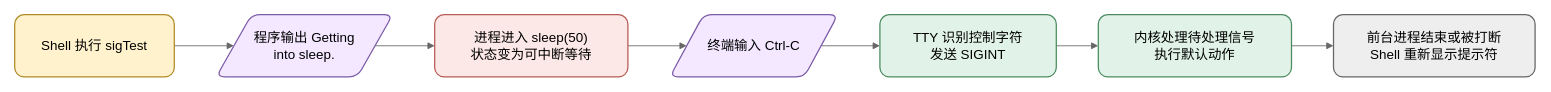
greatbridf/Thesis keeps this draw.io diagram as figures/test-sigint-flow.drawio. Above is the earlier version. Source tidied: cells renumbered, new cells numbered last; positions are measured from the earlier drawing's top-left corner, leaving out a move shared by most shapes. Both pictures are drawn from the tidied source at 84%, with x=0, y=0 at pixel (14, 14).
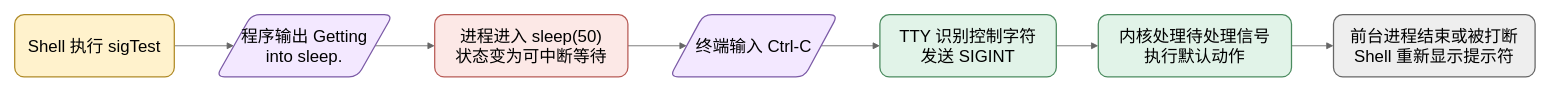
Above is the later version.

Change to the diagram source:
```diff
@@
 <mxGraphModel>
   <root>
     <mxCell id="0" />
     <mxCell id="1" parent="0" />
-    <mxCell id="2" style="edgeStyle=orthogonalEdgeStyle;rounded=1;html=1;fontFamily=Helvetica;fontSize=14;strokeColor=#666666;endArrow=block;endFill=1;exitX=1;exitY=0.5;entryX=0;entryY=0.5;" parent="1" edge="1" source="8" target="9">
+    <mxCell id="2" style="edgeStyle=orthogonalEdgeStyle;rounded=1;html=1;fontFamily=Helvetica;fontSize=18;strokeColor=#666666;endArrow=block;endFill=1;exitX=1;exitY=0.5;entryX=0;entryY=0.5;" parent="1" edge="1" source="8" target="9">
       <mxGeometry relative="1" as="geometry" />
     </mxCell>
-    <mxCell id="3" style="edgeStyle=orthogonalEdgeStyle;rounded=1;html=1;fontFamily=Helvetica;fontSize=14;strokeColor=#666666;endArrow=block;endFill=1;exitX=1;exitY=0.5;entryX=0;entryY=0.5;" parent="1" edge="1" source="9" target="10">
+    <mxCell id="3" style="edgeStyle=orthogonalEdgeStyle;rounded=1;html=1;fontFamily=Helvetica;fontSize=18;strokeColor=#666666;endArrow=block;endFill=1;exitX=1;exitY=0.5;entryX=0;entryY=0.5;" parent="1" edge="1" source="9" target="10">
       <mxGeometry relative="1" as="geometry" />
     </mxCell>
-    <mxCell id="4" style="edgeStyle=orthogonalEdgeStyle;rounded=1;html=1;fontFamily=Helvetica;fontSize=14;strokeColor=#666666;endArrow=block;endFill=1;exitX=1;exitY=0.5;entryX=0;entryY=0.5;" parent="1" edge="1" source="10" target="11">
+    <mxCell id="4" style="edgeStyle=orthogonalEdgeStyle;rounded=1;html=1;fontFamily=Helvetica;fontSize=18;strokeColor=#666666;endArrow=block;endFill=1;exitX=1;exitY=0.5;entryX=0;entryY=0.5;" parent="1" edge="1" source="10" target="11">
       <mxGeometry relative="1" as="geometry" />
     </mxCell>
-    <mxCell id="5" style="edgeStyle=orthogonalEdgeStyle;rounded=1;html=1;fontFamily=Helvetica;fontSize=14;strokeColor=#666666;endArrow=block;endFill=1;exitX=1;exitY=0.5;entryX=0;entryY=0.5;" parent="1" edge="1" source="11" target="12">
+    <mxCell id="5" style="edgeStyle=orthogonalEdgeStyle;rounded=1;html=1;fontFamily=Helvetica;fontSize=18;strokeColor=#666666;endArrow=block;endFill=1;exitX=1;exitY=0.5;entryX=0;entryY=0.5;" parent="1" edge="1" source="11" target="12">
       <mxGeometry relative="1" as="geometry" />
     </mxCell>
-    <mxCell id="6" style="edgeStyle=orthogonalEdgeStyle;rounded=1;html=1;fontFamily=Helvetica;fontSize=14;strokeColor=#666666;endArrow=block;endFill=1;exitX=1;exitY=0.5;entryX=0;entryY=0.5;" parent="1" edge="1" source="12" target="13">
+    <mxCell id="6" style="edgeStyle=orthogonalEdgeStyle;rounded=1;html=1;fontFamily=Helvetica;fontSize=18;strokeColor=#666666;endArrow=block;endFill=1;exitX=1;exitY=0.5;entryX=0;entryY=0.5;" parent="1" edge="1" source="12" target="13">
       <mxGeometry relative="1" as="geometry" />
     </mxCell>
-    <mxCell id="7" style="edgeStyle=orthogonalEdgeStyle;rounded=1;html=1;fontFamily=Helvetica;fontSize=14;strokeColor=#666666;endArrow=block;endFill=1;exitX=1;exitY=0.5;entryX=0;entryY=0.5;" parent="1" edge="1" source="13" target="14">
+    <mxCell id="7" style="edgeStyle=orthogonalEdgeStyle;rounded=1;html=1;fontFamily=Helvetica;fontSize=18;strokeColor=#666666;endArrow=block;endFill=1;exitX=1;exitY=0.5;entryX=0;entryY=0.5;" parent="1" edge="1" source="13" target="14">
       <mxGeometry relative="1" as="geometry" />
     </mxCell>
-    <mxCell id="8" value="Shell 执行 sigTest" style="rounded=1;whiteSpace=wrap;html=1;fontFamily=Helvetica;fontSize=16;strokeWidth=1.5;fillColor=#fff2cc;strokeColor=#b08b27;" parent="1" vertex="1">
+    <mxCell id="8" value="Shell 执行 sigTest" style="rounded=1;whiteSpace=wrap;html=1;fontFamily=Helvetica;fontSize=20;strokeWidth=1.5;fillColor=#fff2cc;strokeColor=#b08b27;" parent="1" vertex="1">
       <mxGeometry width="190" height="74" as="geometry" />
     </mxCell>
-    <mxCell id="9" value="程序输出 Getting&lt;br&gt;into sleep." style="rounded=1;whiteSpace=wrap;html=1;fontFamily=Helvetica;fontSize=16;strokeWidth=1.5;shape=parallelogram;perimeter=parallelogramPerimeter;fillColor=#f3e8ff;strokeColor=#7b5aa6;" parent="1" vertex="1">
+    <mxCell id="9" value="程序输出 Getting&lt;br&gt;into sleep." style="rounded=1;whiteSpace=wrap;html=1;fontFamily=Helvetica;fontSize=20;strokeWidth=1.5;shape=parallelogram;perimeter=parallelogramPerimeter;fillColor=#f3e8ff;strokeColor=#7b5aa6;" parent="1" vertex="1">
       <mxGeometry x="240" width="210" height="74" as="geometry" />
     </mxCell>
-    <mxCell id="10" value="进程进入 sleep(50)&lt;br&gt;状态变为可中断等待" style="rounded=1;whiteSpace=wrap;html=1;fontFamily=Helvetica;fontSize=16;strokeWidth=1.5;fillColor=#fce8e6;strokeColor=#b85b56;" parent="1" vertex="1">
+    <mxCell id="10" value="进程进入 sleep(50)&lt;br&gt;状态变为可中断等待" style="rounded=1;whiteSpace=wrap;html=1;fontFamily=Helvetica;fontSize=20;strokeWidth=1.5;fillColor=#fce8e6;strokeColor=#b85b56;" parent="1" vertex="1">
       <mxGeometry x="500" width="230" height="74" as="geometry" />
     </mxCell>
-    <mxCell id="11" value="终端输入 Ctrl-C" style="rounded=1;whiteSpace=wrap;html=1;fontFamily=Helvetica;fontSize=16;strokeWidth=1.5;shape=parallelogram;perimeter=parallelogramPerimeter;fillColor=#f3e8ff;strokeColor=#7b5aa6;" parent="1" vertex="1">
+    <mxCell id="11" value="终端输入 Ctrl-C" style="rounded=1;whiteSpace=wrap;html=1;fontFamily=Helvetica;fontSize=20;strokeWidth=1.5;shape=parallelogram;perimeter=parallelogramPerimeter;fillColor=#f3e8ff;strokeColor=#7b5aa6;" parent="1" vertex="1">
       <mxGeometry x="780" width="200" height="74" as="geometry" />
     </mxCell>
-    <mxCell id="12" value="TTY 识别控制字符&lt;br&gt;发送 SIGINT" style="rounded=1;whiteSpace=wrap;html=1;fontFamily=Helvetica;fontSize=16;strokeWidth=1.5;fillColor=#e1f3e8;strokeColor=#4b8b5f;" parent="1" vertex="1">
+    <mxCell id="12" value="TTY 识别控制字符&lt;br&gt;发送 SIGINT" style="rounded=1;whiteSpace=wrap;html=1;fontFamily=Helvetica;fontSize=20;strokeWidth=1.5;fillColor=#e1f3e8;strokeColor=#4b8b5f;" parent="1" vertex="1">
       <mxGeometry x="1030" width="210" height="74" as="geometry" />
     </mxCell>
-    <mxCell id="13" value="内核处理待处理信号&lt;br&gt;执行默认动作" style="rounded=1;whiteSpace=wrap;html=1;fontFamily=Helvetica;fontSize=16;strokeWidth=1.5;fillColor=#e1f3e8;strokeColor=#4b8b5f;" parent="1" vertex="1">
+    <mxCell id="13" value="内核处理待处理信号&lt;br&gt;执行默认动作" style="rounded=1;whiteSpace=wrap;html=1;fontFamily=Helvetica;fontSize=20;strokeWidth=1.5;fillColor=#e1f3e8;strokeColor=#4b8b5f;" parent="1" vertex="1">
       <mxGeometry x="1290" width="230" height="74" as="geometry" />
     </mxCell>
-    <mxCell id="14" value="前台进程结束或被打断&lt;br&gt;Shell 重新显示提示符" style="rounded=1;whiteSpace=wrap;html=1;fontFamily=Helvetica;fontSize=16;strokeWidth=1.5;fillColor=#eeeeee;strokeColor=#666666;" parent="1" vertex="1">
+    <mxCell id="14" value="前台进程结束或被打断&lt;br&gt;Shell 重新显示提示符" style="rounded=1;whiteSpace=wrap;html=1;fontFamily=Helvetica;fontSize=20;strokeWidth=1.5;fillColor=#eeeeee;strokeColor=#666666;" parent="1" vertex="1">
       <mxGeometry x="1570" width="240" height="74" as="geometry" />
     </mxCell>
   </root>
 </mxGraphModel>
```
